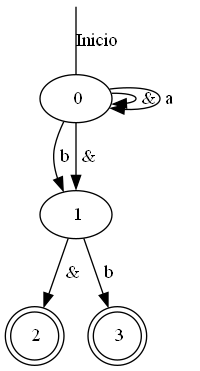
This is graph.png from Joliva07/Proyecto_parser_V2, a Graphviz export, as it was before one commit. Its source is kept beside it as graph.dot.
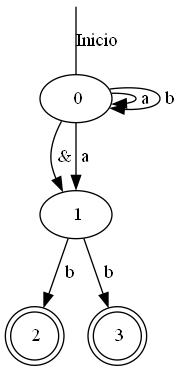
After the commit.

The edit, as a diff of the source:
```diff
@@ -1,19 +1,19 @@
 digraph G {
   " 0" [shape=ellipse];
   " 0" [shape=ellipse];
-  " 0" -> " 0" [label=" &"];
-  " 0" [shape=ellipse];
-  " 1" [shape=ellipse];
-  " 0" -> " 1" [label=" b"];
+  " 0" -> " 0" [label=" a"];
   " 0" [shape=ellipse];
   " 1" [shape=ellipse];
   " 0" -> " 1" [label=" &"];
   " 0" [shape=ellipse];
+  " 1" [shape=ellipse];
+  " 0" -> " 1" [label=" a"];
   " 0" [shape=ellipse];
-  " 0" -> " 0" [label=" a"];
+  " 0" [shape=ellipse];
+  " 0" -> " 0" [label=" b"];
   " 1" [shape=ellipse];
   " 2" [shape=ellipse];
-  " 1" -> " 2" [label=" &"];
+  " 1" -> " 2" [label=" b"];
   " 2" [shape=ellipse];
   " 3" [shape=ellipse];
   " 1" -> " 3" [label=" b"];
```
